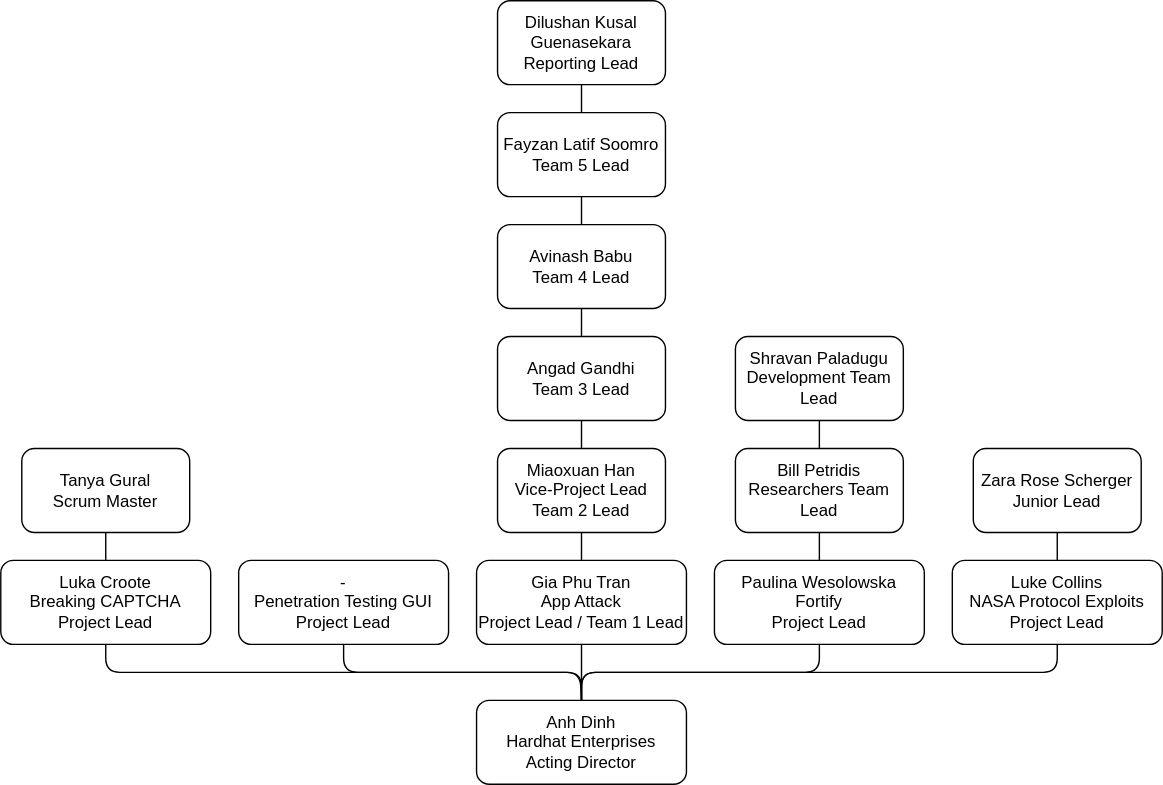
Before: Task 2.3P - Company Objectives and Structure/LeadershipTeam.drawio.svg, a diagram exported from draw.io (lukegcollins/hardhat-company-docs). Source tidied: cells renumbered, new cells last; positions are measured from the earlier drawing's top-left corner, leaving out a move shared by most shapes.
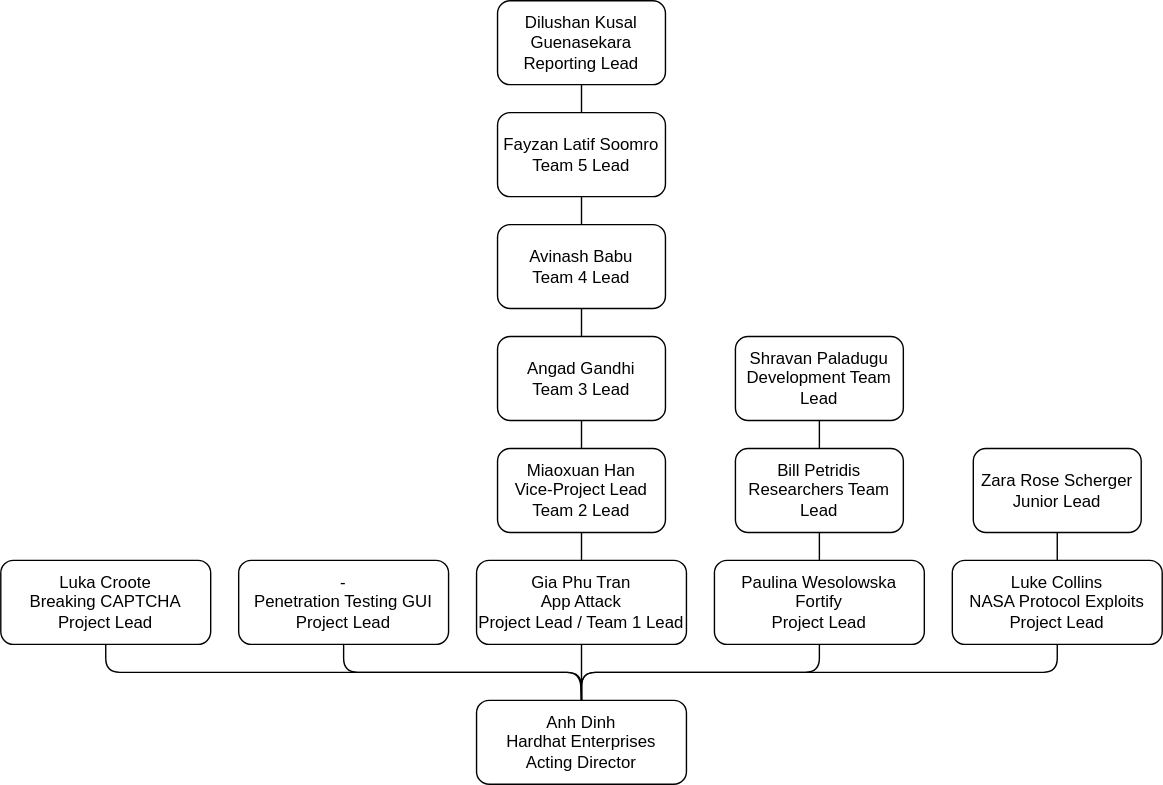
The same file after the commit.

Commit message:
ADD: 4.1P Drawing removed scrum master.

Change to the diagram source:
```diff
@@ -20,9 +20,6 @@
     <mxCell id="7" value="Gia Phu Tran&lt;br&gt;App Attack&lt;br&gt;Project Lead / Team 1 Lead" style="rounded=1;whiteSpace=wrap;html=1;" parent="1" vertex="1">
       <mxGeometry x="340" y="400" width="150" height="60" as="geometry" />
     </mxCell>
-    <mxCell id="8" value="Tanya Gural&lt;br&gt;Scrum Master" style="rounded=1;whiteSpace=wrap;html=1;" parent="1" vertex="1">
-      <mxGeometry x="15" y="320" width="120" height="60" as="geometry" />
-    </mxCell>
     <mxCell id="9" value="Bill Petridis&lt;br&gt;Researchers Team Lead" style="rounded=1;whiteSpace=wrap;html=1;" parent="1" vertex="1">
       <mxGeometry x="525" y="320" width="120" height="60" as="geometry" />
     </mxCell>
@@ -68,9 +65,6 @@
     <mxCell id="23" style="endArrow=none;html=1;exitX=0.5;exitY=0;exitDx=0;exitDy=0;entryX=0.5;entryY=1;entryDx=0;entryDy=0;" parent="1" edge="1" source="14" target="30">
       <mxGeometry relative="1" as="geometry" />
     </mxCell>
-    <mxCell id="24" style="endArrow=none;html=1;exitX=0.5;exitY=0;exitDx=0;exitDy=0;entryX=0.5;entryY=1;entryDx=0;entryDy=0;" parent="1" edge="1" source="5" target="8">
-      <mxGeometry relative="1" as="geometry" />
-    </mxCell>
     <mxCell id="25" style="endArrow=none;html=1;entryX=0.5;entryY=1;entryDx=0;entryDy=0;exitX=0.5;exitY=0;exitDx=0;exitDy=0;" parent="1" edge="1" source="2" target="5">
       <mxGeometry relative="1" as="geometry">
         <Array as="points">
```
